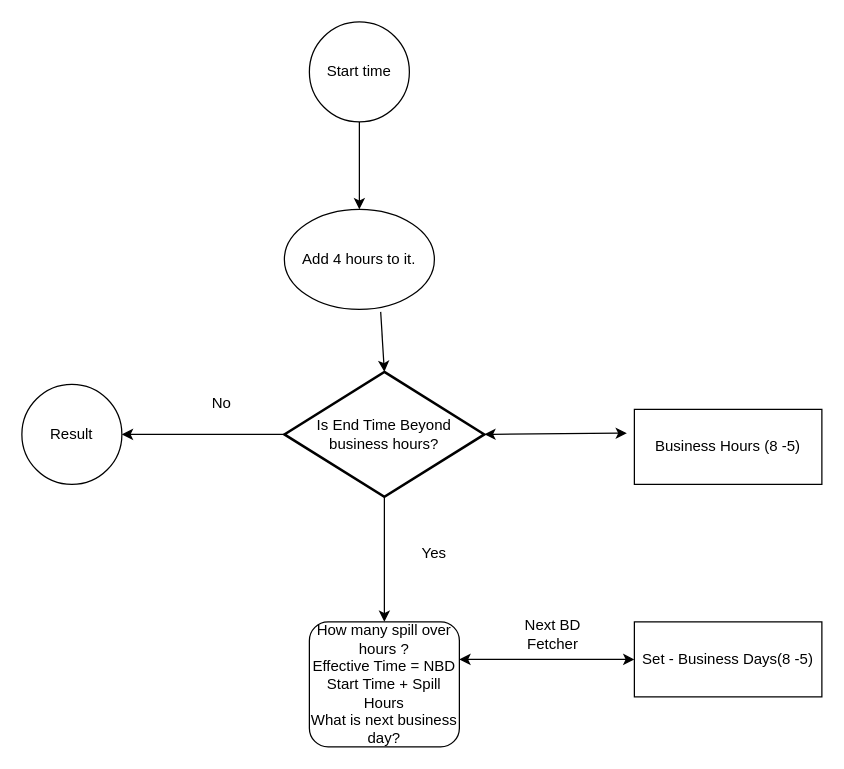
This is Time App.drawio from anshuldevmehta/RandomDiagrams, a draw.io file, before an edit. Source tidied: cells renumbered, new cells numbered last; positions are measured from the earlier drawing's top-left corner, leaving out a move shared by most shapes. Both pictures are drawn from the tidied source at 125%, with x=0, y=0 at pixel (21, 21).
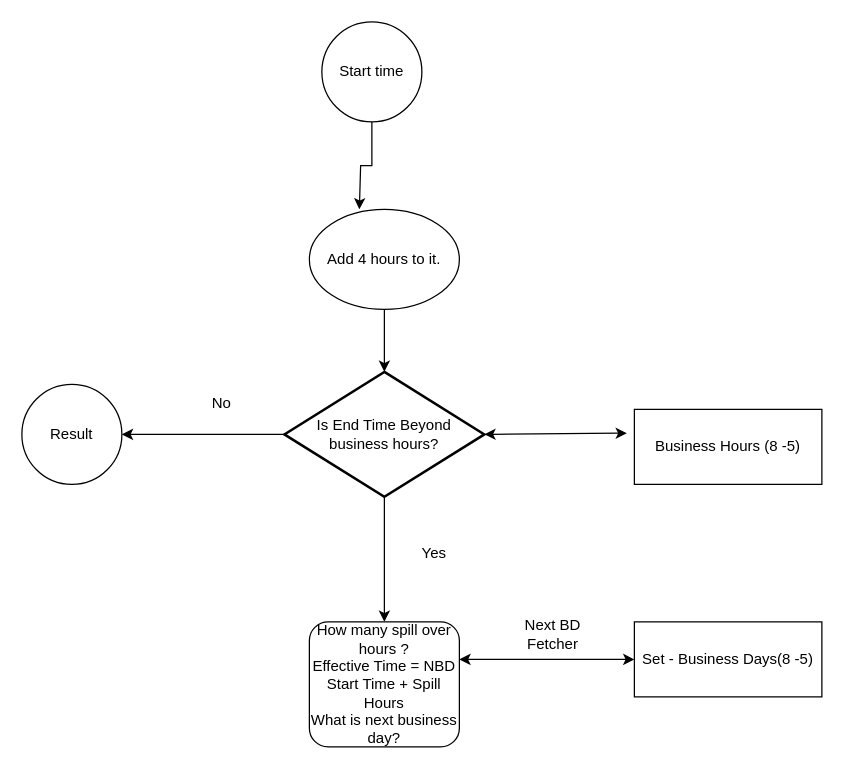
After the change.

Unchanged cells that the change refers to:
```xml
<mxCell id="7" value="Is End Time Beyond business hours?" style="strokeWidth=2;html=1;shape=mxgraph.flowchart.decision;whiteSpace=wrap;" parent="1" vertex="1">
  <mxGeometry x="210" y="280" width="160" height="100" as="geometry" />
</mxCell>
```

Diff of the diagram source:
```diff
@@
     <mxCell id="3" style="edgeStyle=orthogonalEdgeStyle;rounded=0;jettySize=auto;html=1;" parent="1" edge="1" source="4">
       <mxGeometry relative="1" as="geometry">
         <mxPoint x="270" y="150" as="targetPoint" />
+        <Array as="points">
+          <mxPoint x="280" y="115" />
+          <mxPoint x="271" y="115" />
+        </Array>
       </mxGeometry>
     </mxCell>
     <mxCell id="4" value="Start time" style="ellipse;whiteSpace=wrap;html=1;" parent="1" vertex="1">
-      <mxGeometry x="230" width="80" height="80" as="geometry" />
+      <mxGeometry x="240" width="80" height="80" as="geometry" />
     </mxCell>
@@
     <mxCell id="6" value="Add 4 hours to it." style="ellipse;whiteSpace=wrap;html=1;" parent="1" vertex="1">
-      <mxGeometry x="210" y="150" width="120" height="80" as="geometry" />
+      <mxGeometry x="230" y="150" width="120" height="80" as="geometry" />
     </mxCell>
@@
-    <mxCell id="9" style="endArrow=classic;html=1;rounded=0;entryX=0.5;entryY=0;entryDx=0;entryDy=0;entryPerimeter=0;exitX=0.642;exitY=1.025;exitDx=0;exitDy=0;exitPerimeter=0;" parent="1" edge="1" source="6" target="7">
+    <mxCell id="9" style="endArrow=classic;html=1;rounded=0;entryX=0.5;entryY=0;entryDx=0;entryDy=0;entryPerimeter=0;exitX=0.5;exitY=1;exitDx=0;exitDy=0;" parent="1" edge="1" source="6" target="7">
       <mxGeometry relative="1" as="geometry" />
     </mxCell>
```
